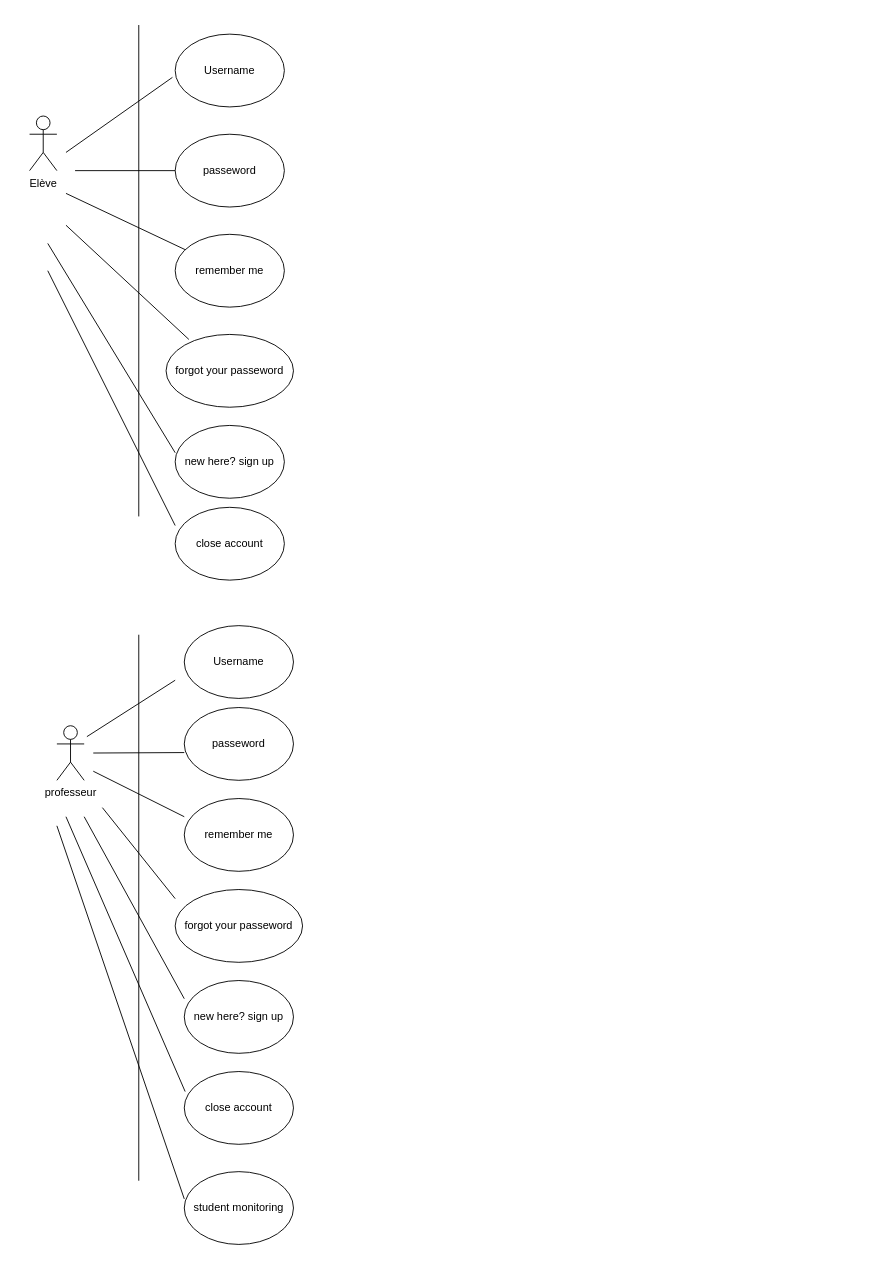
This is UML diagram.drawio from mauriciodelopez/Designez-une-application-Python-adapt-e-aux-besoins-d-un-client, a draw.io file, before an edit. Source tidied: cells renumbered, new cells numbered last; positions are measured from the earlier drawing's top-left corner, leaving out a move shared by most shapes. Both pictures are drawn from the tidied source at 91%, with x=0, y=0 at pixel (29, 25).
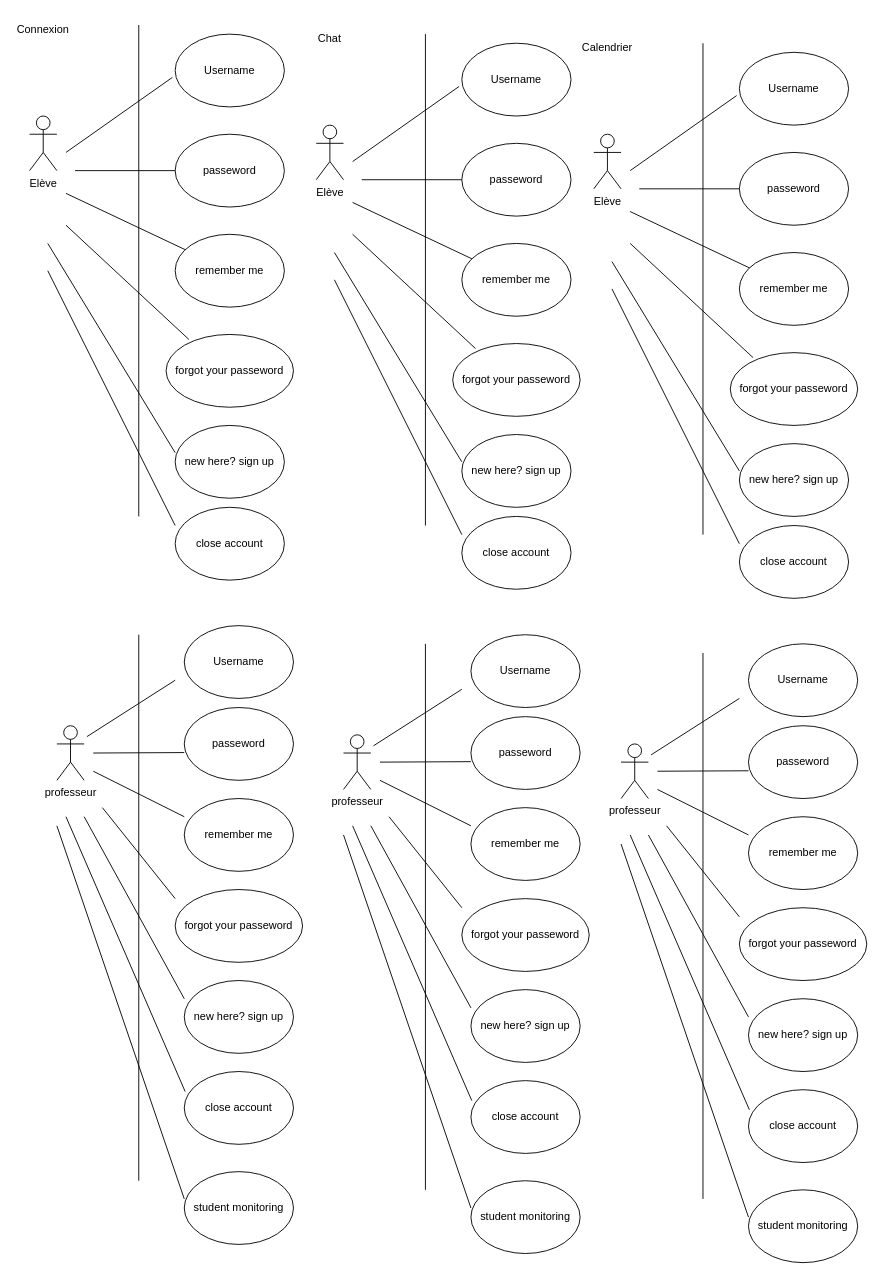
After the change.

Diff of the diagram source:
```diff
@@
+    <mxCell id="32" value="Connexion" style="text;html=1;strokeColor=none;fillColor=none;align=center;verticalAlign=middle;whiteSpace=wrap;rounded=0;" parent="1" vertex="1">
+      <mxGeometry x="-15" y="-10" width="60" height="30" as="geometry" />
+    </mxCell>
+    <mxCell id="33" value="Elève" style="shape=umlActor;verticalLabelPosition=bottom;verticalAlign=top;html=1;" parent="1" vertex="1">
+      <mxGeometry x="315" y="110" width="30" height="60" as="geometry" />
+    </mxCell>
+    <mxCell id="34" value="professeur" style="shape=umlActor;verticalLabelPosition=bottom;verticalAlign=top;html=1;" parent="1" vertex="1">
+      <mxGeometry x="345" y="780" width="30" height="60" as="geometry" />
+    </mxCell>
+    <mxCell id="35" value="Username" style="ellipse;whiteSpace=wrap;html=1;" parent="1" vertex="1">
+      <mxGeometry x="475" y="20" width="120" height="80" as="geometry" />
+    </mxCell>
+    <mxCell id="36" value="passeword" style="ellipse;whiteSpace=wrap;html=1;" parent="1" vertex="1">
+      <mxGeometry x="475" y="130" width="120" height="80" as="geometry" />
+    </mxCell>
+    <mxCell id="37" value="remember me" style="ellipse;whiteSpace=wrap;html=1;" parent="1" vertex="1">
+      <mxGeometry x="475" y="240" width="120" height="80" as="geometry" />
+    </mxCell>
+    <mxCell id="38" value="forgot your passeword" style="ellipse;whiteSpace=wrap;html=1;" parent="1" vertex="1">
+      <mxGeometry x="465" y="350" width="140" height="80" as="geometry" />
+    </mxCell>
+    <mxCell id="39" value="new here? sign up" style="ellipse;whiteSpace=wrap;html=1;" parent="1" vertex="1">
+      <mxGeometry x="475" y="450" width="120" height="80" as="geometry" />
+    </mxCell>
+    <mxCell id="40" style="endArrow=none;html=1;rounded=0;entryX=-0.025;entryY=0.594;entryDx=0;entryDy=0;entryPerimeter=0;" parent="1" edge="1" target="35">
+      <mxGeometry relative="1" as="geometry">
+        <mxPoint x="355" y="150" as="sourcePoint" />
+      </mxGeometry>
+    </mxCell>
+    <mxCell id="41" style="endArrow=none;html=1;rounded=0;" parent="1" edge="1" target="37">
+      <mxGeometry relative="1" as="geometry">
+        <mxPoint x="355" y="195" as="sourcePoint" />
+      </mxGeometry>
+    </mxCell>
+    <mxCell id="42" style="endArrow=none;html=1;rounded=0;" parent="1" edge="1" target="36">
+      <mxGeometry relative="1" as="geometry">
+        <mxPoint x="365" y="170" as="sourcePoint" />
+      </mxGeometry>
+    </mxCell>
+    <mxCell id="43" style="endArrow=none;html=1;rounded=0;entryX=0.179;entryY=0.069;entryDx=0;entryDy=0;entryPerimeter=0;" parent="1" edge="1" target="38">
+      <mxGeometry relative="1" as="geometry">
+        <mxPoint x="355" y="230" as="sourcePoint" />
+      </mxGeometry>
+    </mxCell>
+    <mxCell id="44" style="endArrow=none;html=1;rounded=0;entryX=0;entryY=0.375;entryDx=0;entryDy=0;entryPerimeter=0;" parent="1" edge="1" target="39">
+      <mxGeometry relative="1" as="geometry">
+        <mxPoint x="335" y="250" as="sourcePoint" />
+      </mxGeometry>
+    </mxCell>
+    <mxCell id="45" value="Username" style="ellipse;whiteSpace=wrap;html=1;" parent="1" vertex="1">
+      <mxGeometry x="485" y="670" width="120" height="80" as="geometry" />
+    </mxCell>
+    <mxCell id="46" value="passeword" style="ellipse;whiteSpace=wrap;html=1;" parent="1" vertex="1">
+      <mxGeometry x="485" y="760" width="120" height="80" as="geometry" />
+    </mxCell>
+    <mxCell id="47" value="remember me" style="ellipse;whiteSpace=wrap;html=1;" parent="1" vertex="1">
+      <mxGeometry x="485" y="860" width="120" height="80" as="geometry" />
+    </mxCell>
+    <mxCell id="48" value="forgot your passeword" style="ellipse;whiteSpace=wrap;html=1;" parent="1" vertex="1">
+      <mxGeometry x="475" y="960" width="140" height="80" as="geometry" />
+    </mxCell>
+    <mxCell id="49" value="new here? sign up" style="ellipse;whiteSpace=wrap;html=1;" parent="1" vertex="1">
+      <mxGeometry x="485" y="1060" width="120" height="80" as="geometry" />
+    </mxCell>
+    <mxCell id="50" style="endArrow=none;html=1;rounded=0;" parent="1" edge="1">
+      <mxGeometry relative="1" as="geometry">
+        <mxPoint x="378" y="792" as="sourcePoint" />
+        <mxPoint x="475" y="730" as="targetPoint" />
+      </mxGeometry>
+    </mxCell>
+    <mxCell id="51" style="endArrow=none;html=1;rounded=0;" parent="1" edge="1">
+      <mxGeometry relative="1" as="geometry">
+        <mxPoint x="385" y="810" as="sourcePoint" />
+        <mxPoint x="485" y="809.5" as="targetPoint" />
+      </mxGeometry>
+    </mxCell>
+    <mxCell id="52" style="endArrow=none;html=1;rounded=0;" parent="1" edge="1">
+      <mxGeometry relative="1" as="geometry">
+        <mxPoint x="385" y="830" as="sourcePoint" />
+        <mxPoint x="485" y="880" as="targetPoint" />
+      </mxGeometry>
+    </mxCell>
+    <mxCell id="53" style="endArrow=none;html=1;rounded=0;" parent="1" edge="1">
+      <mxGeometry relative="1" as="geometry">
+        <mxPoint x="395" y="870" as="sourcePoint" />
+        <mxPoint x="475" y="970" as="targetPoint" />
+      </mxGeometry>
+    </mxCell>
+    <mxCell id="54" style="endArrow=none;html=1;rounded=0;" parent="1" edge="1">
+      <mxGeometry relative="1" as="geometry">
+        <mxPoint x="375" y="880" as="sourcePoint" />
+        <mxPoint x="485" y="1080" as="targetPoint" />
+      </mxGeometry>
+    </mxCell>
+    <mxCell id="55" value="student monitoring" style="ellipse;whiteSpace=wrap;html=1;" parent="1" vertex="1">
+      <mxGeometry x="485" y="1270" width="120" height="80" as="geometry" />
+    </mxCell>
+    <mxCell id="56" style="endArrow=none;html=1;rounded=0;entryX=0.008;entryY=0.275;entryDx=0;entryDy=0;entryPerimeter=0;" parent="1" edge="1" target="61">
+      <mxGeometry relative="1" as="geometry">
+        <mxPoint x="355" y="880" as="sourcePoint" />
+      </mxGeometry>
+    </mxCell>
+    <mxCell id="57" style="endArrow=none;html=1;rounded=0;" parent="1" edge="1">
+      <mxGeometry relative="1" as="geometry">
+        <mxPoint x="435" y="550" as="sourcePoint" />
+        <mxPoint x="435" y="10" as="targetPoint" />
+      </mxGeometry>
+    </mxCell>
+    <mxCell id="58" style="endArrow=none;html=1;rounded=0;" parent="1" edge="1">
+      <mxGeometry relative="1" as="geometry">
+        <mxPoint x="435" y="1280" as="sourcePoint" />
+        <mxPoint x="435" y="680" as="targetPoint" />
+      </mxGeometry>
+    </mxCell>
+    <mxCell id="59" value="close account" style="ellipse;whiteSpace=wrap;html=1;" parent="1" vertex="1">
+      <mxGeometry x="475" y="540" width="120" height="80" as="geometry" />
+    </mxCell>
+    <mxCell id="60" style="endArrow=none;html=1;rounded=0;entryX=0;entryY=0.375;entryDx=0;entryDy=0;entryPerimeter=0;" parent="1" edge="1">
+      <mxGeometry relative="1" as="geometry">
+        <mxPoint x="335" y="280" as="sourcePoint" />
+        <mxPoint x="475" y="560" as="targetPoint" />
+      </mxGeometry>
+    </mxCell>
+    <mxCell id="61" value="close account" style="ellipse;whiteSpace=wrap;html=1;" parent="1" vertex="1">
+      <mxGeometry x="485" y="1160" width="120" height="80" as="geometry" />
+    </mxCell>
+    <mxCell id="62" style="endArrow=none;html=1;rounded=0;" parent="1" edge="1">
+      <mxGeometry relative="1" as="geometry">
+        <mxPoint x="345" y="890" as="sourcePoint" />
+        <mxPoint x="485" y="1300" as="targetPoint" />
+      </mxGeometry>
+    </mxCell>
+    <mxCell id="63" value="Chat" style="text;html=1;strokeColor=none;fillColor=none;align=center;verticalAlign=middle;whiteSpace=wrap;rounded=0;" parent="1" vertex="1">
+      <mxGeometry x="300" width="60" height="30" as="geometry" />
+    </mxCell>
+    <mxCell id="64" value="Elève" style="shape=umlActor;verticalLabelPosition=bottom;verticalAlign=top;html=1;" parent="1" vertex="1">
+      <mxGeometry x="620" y="120" width="30" height="60" as="geometry" />
+    </mxCell>
+    <mxCell id="65" value="professeur" style="shape=umlActor;verticalLabelPosition=bottom;verticalAlign=top;html=1;" parent="1" vertex="1">
+      <mxGeometry x="650" y="790" width="30" height="60" as="geometry" />
+    </mxCell>
+    <mxCell id="66" value="Username" style="ellipse;whiteSpace=wrap;html=1;" parent="1" vertex="1">
+      <mxGeometry x="780" y="30" width="120" height="80" as="geometry" />
+    </mxCell>
+    <mxCell id="67" value="passeword" style="ellipse;whiteSpace=wrap;html=1;" parent="1" vertex="1">
+      <mxGeometry x="780" y="140" width="120" height="80" as="geometry" />
+    </mxCell>
+    <mxCell id="68" value="remember me" style="ellipse;whiteSpace=wrap;html=1;" parent="1" vertex="1">
+      <mxGeometry x="780" y="250" width="120" height="80" as="geometry" />
+    </mxCell>
+    <mxCell id="69" value="forgot your passeword" style="ellipse;whiteSpace=wrap;html=1;" parent="1" vertex="1">
+      <mxGeometry x="770" y="360" width="140" height="80" as="geometry" />
+    </mxCell>
+    <mxCell id="70" value="new here? sign up" style="ellipse;whiteSpace=wrap;html=1;" parent="1" vertex="1">
+      <mxGeometry x="780" y="460" width="120" height="80" as="geometry" />
+    </mxCell>
+    <mxCell id="71" style="endArrow=none;html=1;rounded=0;entryX=-0.025;entryY=0.594;entryDx=0;entryDy=0;entryPerimeter=0;" parent="1" edge="1" target="66">
+      <mxGeometry relative="1" as="geometry">
+        <mxPoint x="660" y="160" as="sourcePoint" />
+      </mxGeometry>
+    </mxCell>
+    <mxCell id="72" style="endArrow=none;html=1;rounded=0;" parent="1" edge="1" target="68">
+      <mxGeometry relative="1" as="geometry">
+        <mxPoint x="660" y="205" as="sourcePoint" />
+      </mxGeometry>
+    </mxCell>
+    <mxCell id="73" style="endArrow=none;html=1;rounded=0;" parent="1" edge="1" target="67">
+      <mxGeometry relative="1" as="geometry">
+        <mxPoint x="670" y="180" as="sourcePoint" />
+      </mxGeometry>
+    </mxCell>
+    <mxCell id="74" style="endArrow=none;html=1;rounded=0;entryX=0.179;entryY=0.069;entryDx=0;entryDy=0;entryPerimeter=0;" parent="1" edge="1" target="69">
+      <mxGeometry relative="1" as="geometry">
+        <mxPoint x="660" y="240" as="sourcePoint" />
+      </mxGeometry>
+    </mxCell>
+    <mxCell id="75" style="endArrow=none;html=1;rounded=0;entryX=0;entryY=0.375;entryDx=0;entryDy=0;entryPerimeter=0;" parent="1" edge="1" target="70">
+      <mxGeometry relative="1" as="geometry">
+        <mxPoint x="640" y="260" as="sourcePoint" />
+      </mxGeometry>
+    </mxCell>
+    <mxCell id="76" value="Username" style="ellipse;whiteSpace=wrap;html=1;" parent="1" vertex="1">
+      <mxGeometry x="790" y="680" width="120" height="80" as="geometry" />
+    </mxCell>
+    <mxCell id="77" value="passeword" style="ellipse;whiteSpace=wrap;html=1;" parent="1" vertex="1">
+      <mxGeometry x="790" y="770" width="120" height="80" as="geometry" />
+    </mxCell>
+    <mxCell id="78" value="remember me" style="ellipse;whiteSpace=wrap;html=1;" parent="1" vertex="1">
+      <mxGeometry x="790" y="870" width="120" height="80" as="geometry" />
+    </mxCell>
+    <mxCell id="79" value="forgot your passeword" style="ellipse;whiteSpace=wrap;html=1;" parent="1" vertex="1">
+      <mxGeometry x="780" y="970" width="140" height="80" as="geometry" />
+    </mxCell>
+    <mxCell id="80" value="new here? sign up" style="ellipse;whiteSpace=wrap;html=1;" parent="1" vertex="1">
+      <mxGeometry x="790" y="1070" width="120" height="80" as="geometry" />
+    </mxCell>
+    <mxCell id="81" style="endArrow=none;html=1;rounded=0;" parent="1" edge="1">
+      <mxGeometry relative="1" as="geometry">
+        <mxPoint x="683" y="802" as="sourcePoint" />
+        <mxPoint x="780" y="740" as="targetPoint" />
+      </mxGeometry>
+    </mxCell>
+    <mxCell id="82" style="endArrow=none;html=1;rounded=0;" parent="1" edge="1">
+      <mxGeometry relative="1" as="geometry">
+        <mxPoint x="690" y="820" as="sourcePoint" />
+        <mxPoint x="790" y="819.5" as="targetPoint" />
+      </mxGeometry>
+    </mxCell>
+    <mxCell id="83" style="endArrow=none;html=1;rounded=0;" parent="1" edge="1">
+      <mxGeometry relative="1" as="geometry">
+        <mxPoint x="690" y="840" as="sourcePoint" />
+        <mxPoint x="790" y="890" as="targetPoint" />
+      </mxGeometry>
+    </mxCell>
+    <mxCell id="84" style="endArrow=none;html=1;rounded=0;" parent="1" edge="1">
+      <mxGeometry relative="1" as="geometry">
+        <mxPoint x="700" y="880" as="sourcePoint" />
+        <mxPoint x="780" y="980" as="targetPoint" />
+      </mxGeometry>
+    </mxCell>
+    <mxCell id="85" style="endArrow=none;html=1;rounded=0;" parent="1" edge="1">
+      <mxGeometry relative="1" as="geometry">
+        <mxPoint x="680" y="890" as="sourcePoint" />
+        <mxPoint x="790" y="1090" as="targetPoint" />
+      </mxGeometry>
+    </mxCell>
+    <mxCell id="86" value="student monitoring" style="ellipse;whiteSpace=wrap;html=1;" parent="1" vertex="1">
+      <mxGeometry x="790" y="1280" width="120" height="80" as="geometry" />
+    </mxCell>
+    <mxCell id="87" style="endArrow=none;html=1;rounded=0;entryX=0.008;entryY=0.275;entryDx=0;entryDy=0;entryPerimeter=0;" parent="1" edge="1" target="92">
+      <mxGeometry relative="1" as="geometry">
+        <mxPoint x="660" y="890" as="sourcePoint" />
+      </mxGeometry>
+    </mxCell>
+    <mxCell id="88" style="endArrow=none;html=1;rounded=0;" parent="1" edge="1">
+      <mxGeometry relative="1" as="geometry">
+        <mxPoint x="740" y="560" as="sourcePoint" />
+        <mxPoint x="740" y="20" as="targetPoint" />
+      </mxGeometry>
+    </mxCell>
+    <mxCell id="89" style="endArrow=none;html=1;rounded=0;" parent="1" edge="1">
+      <mxGeometry relative="1" as="geometry">
+        <mxPoint x="740" y="1290" as="sourcePoint" />
+        <mxPoint x="740" y="690" as="targetPoint" />
+      </mxGeometry>
+    </mxCell>
+    <mxCell id="90" value="close account" style="ellipse;whiteSpace=wrap;html=1;" parent="1" vertex="1">
+      <mxGeometry x="780" y="550" width="120" height="80" as="geometry" />
+    </mxCell>
+    <mxCell id="91" style="endArrow=none;html=1;rounded=0;entryX=0;entryY=0.375;entryDx=0;entryDy=0;entryPerimeter=0;" parent="1" edge="1">
+      <mxGeometry relative="1" as="geometry">
+        <mxPoint x="640" y="290" as="sourcePoint" />
+        <mxPoint x="780" y="570" as="targetPoint" />
+      </mxGeometry>
+    </mxCell>
+    <mxCell id="92" value="close account" style="ellipse;whiteSpace=wrap;html=1;" parent="1" vertex="1">
+      <mxGeometry x="790" y="1170" width="120" height="80" as="geometry" />
+    </mxCell>
+    <mxCell id="93" style="endArrow=none;html=1;rounded=0;" parent="1" edge="1">
+      <mxGeometry relative="1" as="geometry">
+        <mxPoint x="650" y="900" as="sourcePoint" />
+        <mxPoint x="790" y="1310" as="targetPoint" />
+      </mxGeometry>
+    </mxCell>
+    <mxCell id="94" value="Calendrier" style="text;html=1;strokeColor=none;fillColor=none;align=center;verticalAlign=middle;whiteSpace=wrap;rounded=0;" parent="1" vertex="1">
+      <mxGeometry x="605" y="10" width="60" height="30" as="geometry" />
+    </mxCell>
```
